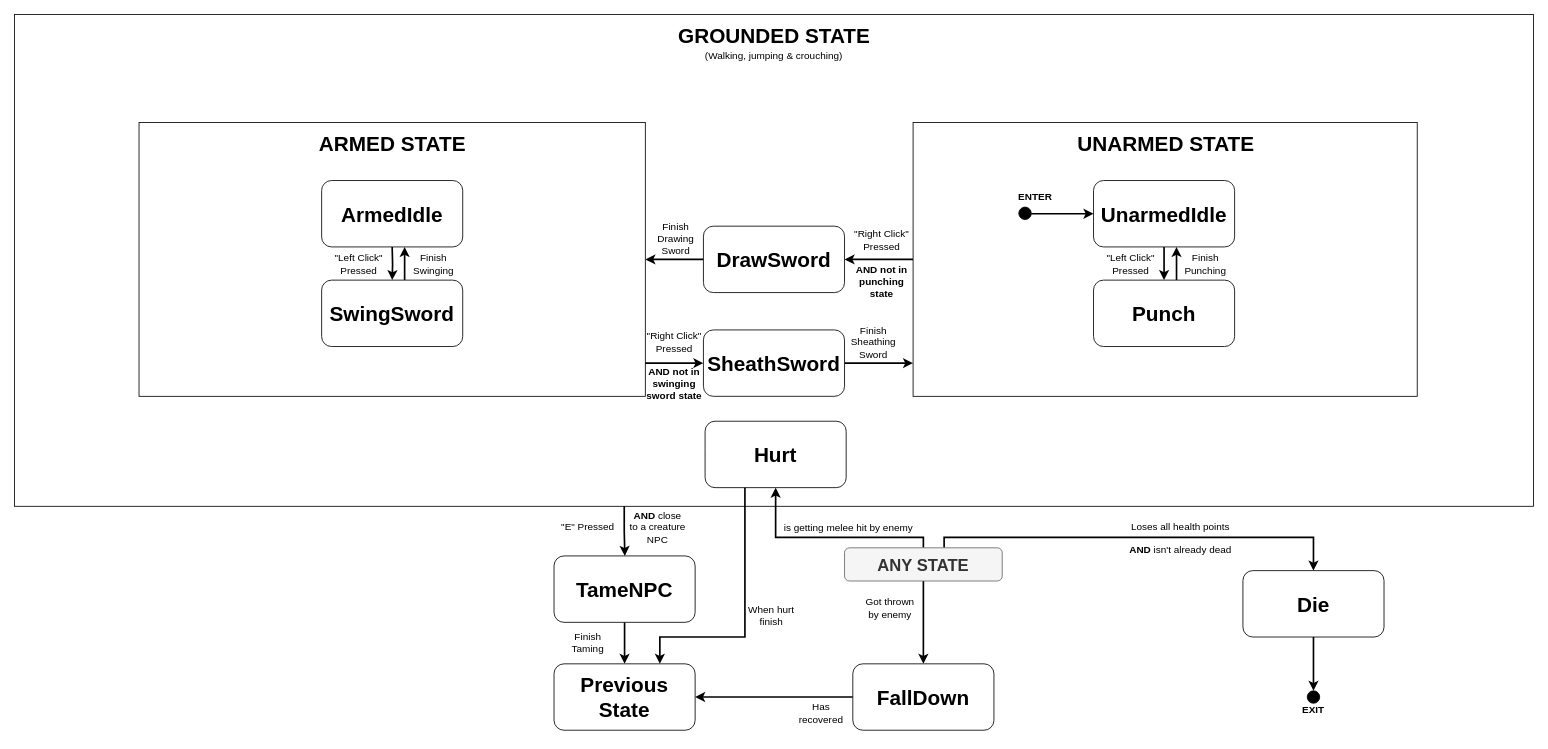
Earlier version of the draw.io diagram page "Page-2" (1 of 2) of player_fsm.drawio (Aster0/GMAI_Project). Source tidied: cells renumbered, new cells numbered last; positions are measured from the earlier drawing's top-left corner, leaving out a move shared by most shapes. Both pictures are drawn from the tidied source at 83%, with x=0, y=0 at pixel (14, 14).
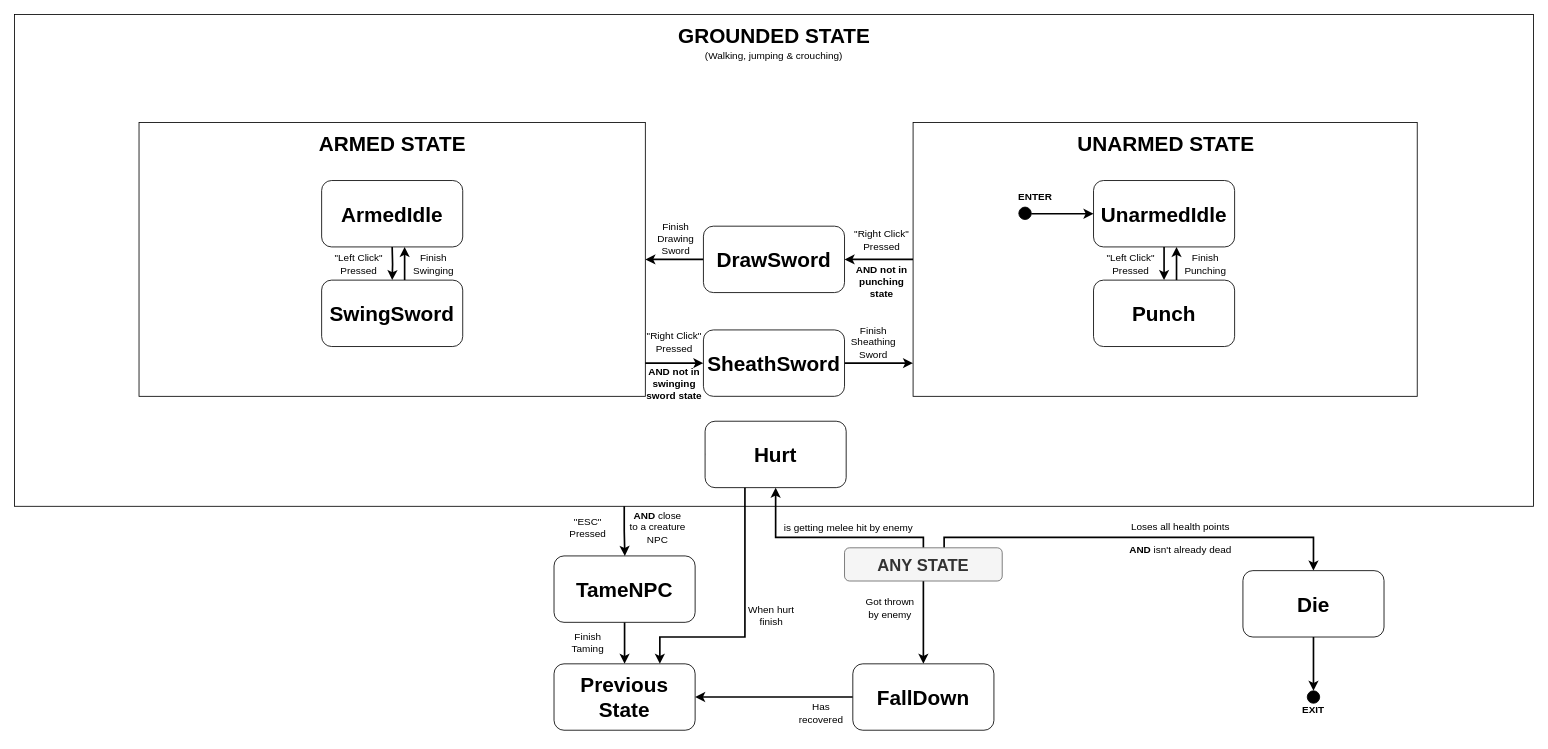
Above is the later version.

Diff of the diagram source:
```diff
@@
-    <mxCell id="6" value="&quot;E&quot; Pressed" style="text;html=1;strokeColor=none;fillColor=none;align=center;verticalAlign=middle;whiteSpace=wrap;rounded=0;fontSize=12;" parent="1" vertex="1">
+    <mxCell id="6" value="&quot;ESC&quot; Pressed" style="text;html=1;strokeColor=none;fillColor=none;align=center;verticalAlign=middle;whiteSpace=wrap;rounded=0;fontSize=12;" parent="1" vertex="1">
       <mxGeometry x="655.6" y="592.5" width="70" height="50" as="geometry" />
     </mxCell>
```
